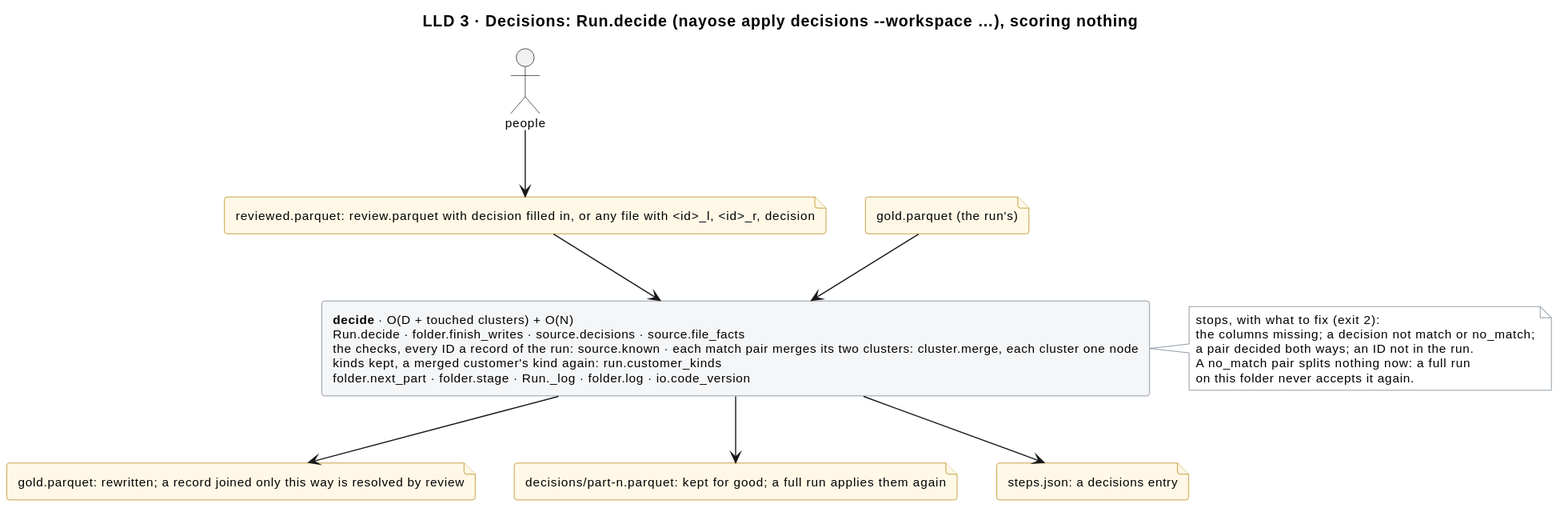
Above: docs/diagrams/decisions.svg in mvsbm/entity_matching (PlantUML), before the change.
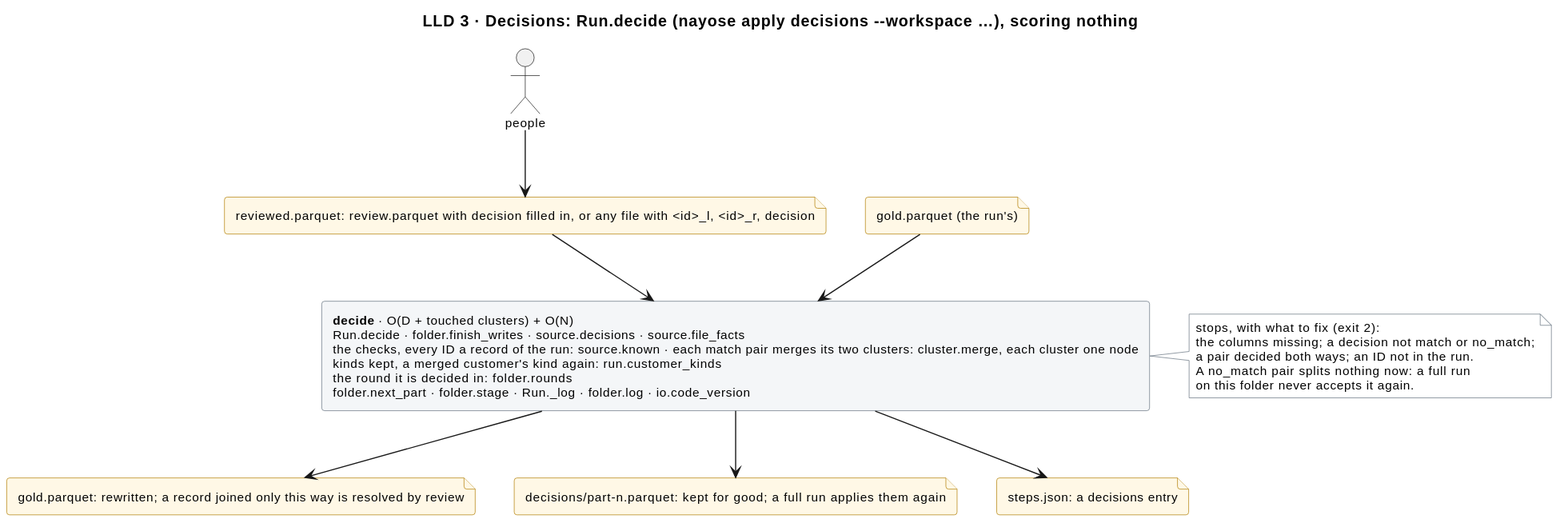
After the commit.

Change to the diagram source:
```diff
@@ -18,7 +18,7 @@
 file "reviewed.parquet: review.parquet with decision filled in, or any file with <id>_l, <id>_r, decision" as f_decided
 file "gold.parquet (the run's)" as f_gold_in
 
-rectangle "<b>decide</b> · O(D + touched clusters) + O(N)\nRun.decide · folder.finish_writes · source.decisions · source.file_facts\nthe checks, every ID a record of the run: source.known · each match pair merges its two clusters: cluster.merge, each cluster one node\nkinds kept, a merged customer's kind again: run.customer_kinds\nfolder.next_part · folder.stage · Run._log · folder.log · io.code_version" as decide
+rectangle "<b>decide</b> · O(D + touched clusters) + O(N)\nRun.decide · folder.finish_writes · source.decisions · source.file_facts\nthe checks, every ID a record of the run: source.known · each match pair merges its two clusters: cluster.merge, each cluster one node\nkinds kept, a merged customer's kind again: run.customer_kinds\nthe round it is decided in: folder.rounds\nfolder.next_part · folder.stage · Run._log · folder.log · io.code_version" as decide
 
 note right of decide
   stops, with what to fix (exit 2):
```
